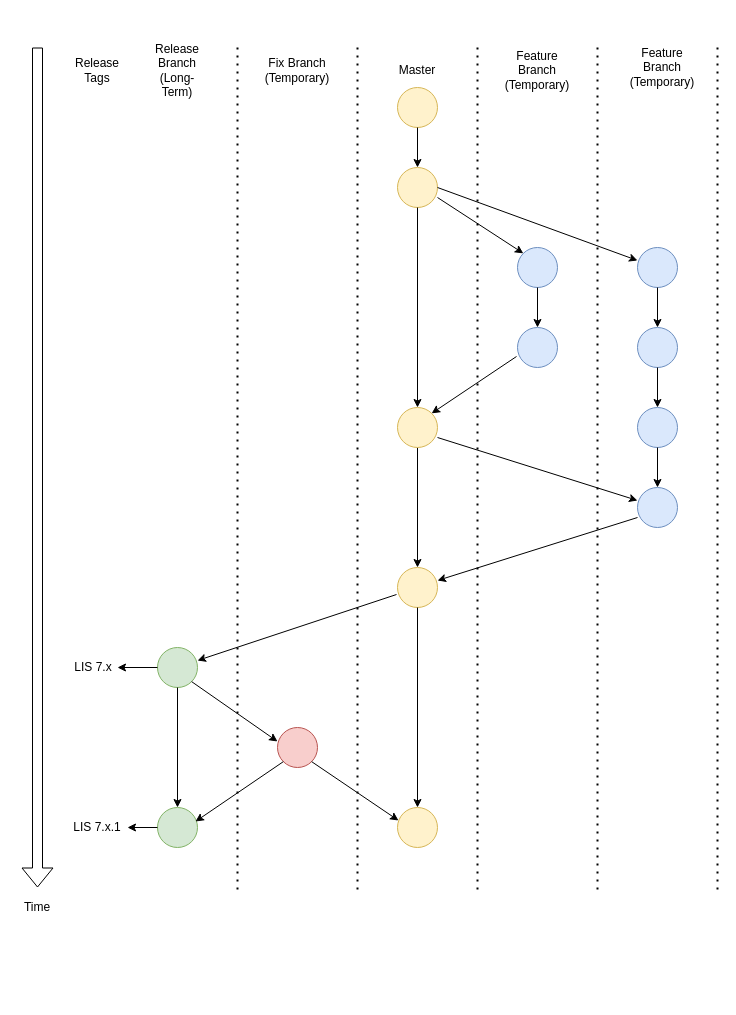
Earlier version of the draw.io diagram docs/working_with_github/LISFLOW.drawio (NASA-LIS/LISF). Source tidied: cells renumbered, new cells numbered last; positions are measured from the earlier drawing's top-left corner, leaving out a move shared by most shapes. Both pictures are drawn from the tidied source at 100%, with x=0, y=0 at pixel (17, 47).
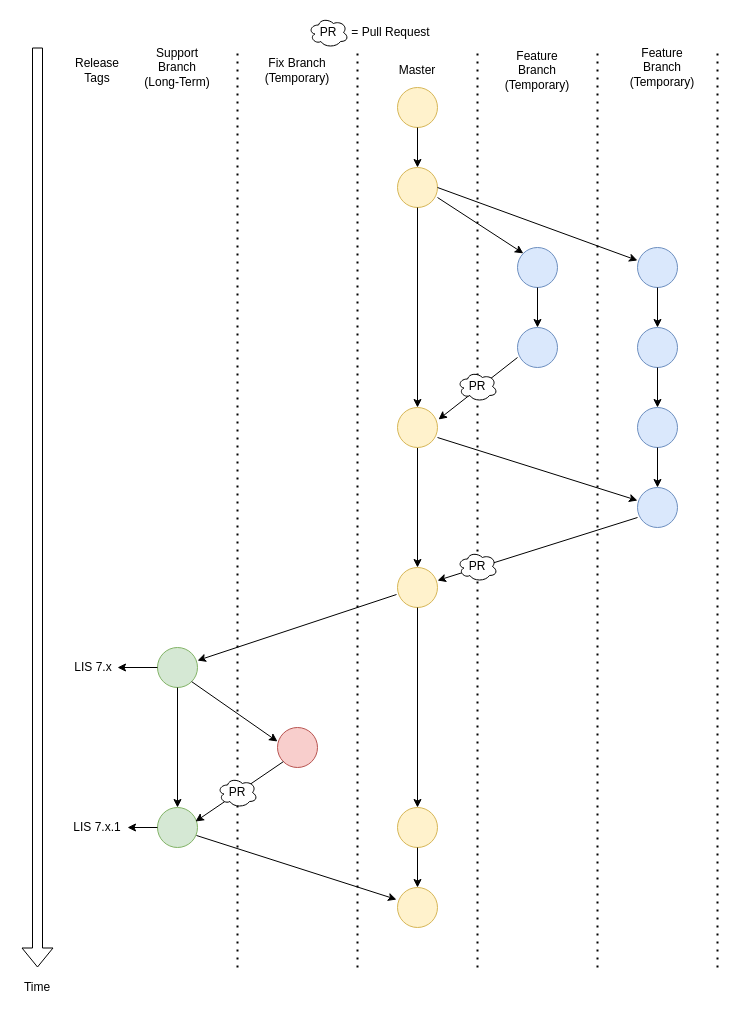
After the change.

Commit message (it also covers changes not shown here):
Tweaked diagram following suggestions from Brendan McAndrew.

Unchanged cells that the change refers to:
```xml
<mxCell id="6" style="ellipse;whiteSpace=wrap;html=1;fillColor=#dae8fc;strokeColor=#6c8ebf;" parent="1" vertex="1">
  <mxGeometry x="500" y="280" width="40" height="40" as="geometry" />
</mxCell>
<mxCell id="8" style="ellipse;whiteSpace=wrap;html=1;fillColor=#d5e8d4;strokeColor=#82b366;" parent="1" vertex="1">
  <mxGeometry x="140" y="760" width="40" height="40" as="geometry" />
</mxCell>
<mxCell id="15" style="ellipse;whiteSpace=wrap;html=1;fillColor=#f8cecc;strokeColor=#b85450;" parent="1" vertex="1">
  <mxGeometry x="260" y="680" width="40" height="40" as="geometry" />
</mxCell>
<mxCell id="17" style="ellipse;whiteSpace=wrap;html=1;fillColor=#fff2cc;strokeColor=#d6b656;" parent="1" vertex="1">
  <mxGeometry x="380" y="760" width="40" height="40" as="geometry" />
</mxCell>
<mxCell id="39" style="ellipse;whiteSpace=wrap;html=1;fillColor=#fff2cc;strokeColor=#d6b656;" parent="1" vertex="1">
  <mxGeometry x="380" y="360" width="40" height="40" as="geometry" />
</mxCell>
```

The edit, as a diff of the source:
```diff
@@
-    <mxCell id="18" style="endArrow=classic;html=1;exitX=1;exitY=1;exitDx=0;exitDy=0;entryX=0.025;entryY=0.325;entryDx=0;entryDy=0;entryPerimeter=0;" parent="1" edge="1" source="15" target="17">
-      <mxGeometry relative="1" as="geometry" />
-    </mxCell>
@@
-    <mxCell id="22" value="Release Branch (Long-Term)" style="text;html=1;strokeColor=none;fillColor=none;align=center;verticalAlign=middle;whiteSpace=wrap;rounded=0;" parent="1" vertex="1">
-      <mxGeometry x="135" y="13" width="50" height="20" as="geometry" />
+    <mxCell id="22" value="Support Branch (Long-Term)" style="text;html=1;strokeColor=none;fillColor=none;align=center;verticalAlign=middle;whiteSpace=wrap;rounded=0;" parent="1" vertex="1">
+      <mxGeometry x="125" y="10" width="70" height="20" as="geometry" />
     </mxCell>
@@
     <mxCell id="24" style="endArrow=none;dashed=1;html=1;dashPattern=1 3;strokeWidth=2;" parent="1" edge="1">
       <mxGeometry relative="1" as="geometry">
-        <mxPoint x="460" y="842" as="sourcePoint" />
+        <mxPoint x="460" y="920" as="sourcePoint" />
         <mxPoint x="460" as="targetPoint" />
       </mxGeometry>
     </mxCell>
     <mxCell id="25" style="endArrow=none;dashed=1;html=1;dashPattern=1 3;strokeWidth=2;" parent="1" edge="1">
       <mxGeometry relative="1" as="geometry">
-        <mxPoint x="220" y="842" as="sourcePoint" />
+        <mxPoint x="220" y="920" as="sourcePoint" />
         <mxPoint x="220" as="targetPoint" />
       </mxGeometry>
     </mxCell>
     <mxCell id="26" style="endArrow=none;dashed=1;html=1;dashPattern=1 3;strokeWidth=2;" parent="1" edge="1">
       <mxGeometry relative="1" as="geometry">
-        <mxPoint x="340" y="842" as="sourcePoint" />
+        <mxPoint x="340" y="920" as="sourcePoint" />
         <mxPoint x="340" as="targetPoint" />
       </mxGeometry>
     </mxCell>
     <mxCell id="27" value="Time" style="text;html=1;strokeColor=none;fillColor=none;align=center;verticalAlign=middle;whiteSpace=wrap;rounded=0;" parent="1" vertex="1">
-      <mxGeometry y="850" width="40" height="20" as="geometry" />
+      <mxGeometry y="930" width="40" height="20" as="geometry" />
     </mxCell>
     <mxCell id="28" style="shape=flexArrow;endArrow=classic;html=1;" parent="1" edge="1">
       <mxGeometry relative="1" as="geometry">
         <mxPoint x="20" as="sourcePoint" />
-        <mxPoint x="20" y="840" as="targetPoint" />
+        <mxPoint x="20" y="920" as="targetPoint" />
       </mxGeometry>
     </mxCell>
@@
     <mxCell id="30" style="endArrow=none;dashed=1;html=1;dashPattern=1 3;strokeWidth=2;" parent="1" edge="1">
       <mxGeometry relative="1" as="geometry">
-        <mxPoint x="580" y="842" as="sourcePoint" />
+        <mxPoint x="580" y="920" as="sourcePoint" />
         <mxPoint x="580" as="targetPoint" />
       </mxGeometry>
     </mxCell>
@@
     <mxCell id="33" style="endArrow=none;dashed=1;html=1;dashPattern=1 3;strokeWidth=2;" parent="1" edge="1">
       <mxGeometry relative="1" as="geometry">
-        <mxPoint x="700" y="842" as="sourcePoint" />
+        <mxPoint x="700" y="920" as="sourcePoint" />
         <mxPoint x="700" as="targetPoint" />
       </mxGeometry>
     </mxCell>
@@
-    <mxCell id="40" style="endArrow=classic;html=1;exitX=-0.025;exitY=0.725;exitDx=0;exitDy=0;exitPerimeter=0;entryX=1;entryY=0;entryDx=0;entryDy=0;" parent="1" edge="1" source="6" target="39">
-      <mxGeometry relative="1" as="geometry" />
-    </mxCell>
@@
+    <mxCell id="51" style="endArrow=classic;html=1;entryX=1.025;entryY=0.3;entryDx=0;entryDy=0;entryPerimeter=0;" parent="1" edge="1" target="39">
+      <mxGeometry relative="1" as="geometry">
+        <mxPoint x="500" y="310" as="sourcePoint" />
+      </mxGeometry>
+    </mxCell>
+    <mxCell id="52" style="group;" parent="1" vertex="1">
+      <mxGeometry x="200" y="730" width="40" height="30" as="geometry" />
+    </mxCell>
+    <mxCell id="53" style="ellipse;shape=cloud;whiteSpace=wrap;html=1;shadow=0;" parent="52" vertex="1">
+      <mxGeometry width="40" height="30" as="geometry" />
+    </mxCell>
+    <mxCell id="54" value="PR" style="text;html=1;strokeColor=none;fillColor=none;align=center;verticalAlign=middle;whiteSpace=wrap;rounded=0;shadow=0;" parent="52" vertex="1">
+      <mxGeometry y="5" width="40" height="20" as="geometry" />
+    </mxCell>
+    <mxCell id="55" style="group;" parent="1" vertex="1">
+      <mxGeometry x="440" y="324" width="40" height="30" as="geometry" />
+    </mxCell>
+    <mxCell id="56" style="ellipse;shape=cloud;whiteSpace=wrap;html=1;shadow=0;" parent="55" vertex="1">
+      <mxGeometry width="40" height="30" as="geometry" />
+    </mxCell>
+    <mxCell id="57" value="PR" style="text;html=1;strokeColor=none;fillColor=none;align=center;verticalAlign=middle;whiteSpace=wrap;rounded=0;shadow=0;" parent="55" vertex="1">
+      <mxGeometry y="5" width="40" height="20" as="geometry" />
+    </mxCell>
+    <mxCell id="58" style="group;" parent="1" vertex="1">
+      <mxGeometry x="440" y="504" width="40" height="30" as="geometry" />
+    </mxCell>
+    <mxCell id="59" style="ellipse;shape=cloud;whiteSpace=wrap;html=1;shadow=0;" parent="58" vertex="1">
+      <mxGeometry width="40" height="30" as="geometry" />
+    </mxCell>
+    <mxCell id="60" value="PR" style="text;html=1;strokeColor=none;fillColor=none;align=center;verticalAlign=middle;whiteSpace=wrap;rounded=0;shadow=0;" parent="58" vertex="1">
+      <mxGeometry y="5" width="40" height="20" as="geometry" />
+    </mxCell>
+    <mxCell id="61" style="ellipse;whiteSpace=wrap;html=1;fillColor=#fff2cc;strokeColor=#d6b656;" parent="1" vertex="1">
+      <mxGeometry x="380" y="840" width="40" height="40" as="geometry" />
+    </mxCell>
+    <mxCell id="62" style="endArrow=classic;html=1;exitX=0.975;exitY=0.7;exitDx=0;exitDy=0;entryX=-0.025;entryY=0.3;entryDx=0;entryDy=0;entryPerimeter=0;exitPerimeter=0;" parent="1" edge="1" source="8" target="61">
+      <mxGeometry relative="1" as="geometry" />
+    </mxCell>
+    <mxCell id="63" style="endArrow=classic;html=1;entryX=0.5;entryY=0;entryDx=0;entryDy=0;" parent="1" edge="1" target="61">
+      <mxGeometry relative="1" as="geometry">
+        <mxPoint x="400" y="800" as="sourcePoint" />
+      </mxGeometry>
+    </mxCell>
+    <mxCell id="64" style="group;" parent="1" vertex="1">
+      <mxGeometry x="291" y="-30" width="40" height="30" as="geometry" />
+    </mxCell>
+    <mxCell id="65" style="ellipse;shape=cloud;whiteSpace=wrap;html=1;shadow=0;" parent="64" vertex="1">
+      <mxGeometry width="40" height="30" as="geometry" />
+    </mxCell>
+    <mxCell id="66" value="PR" style="text;html=1;strokeColor=none;fillColor=none;align=center;verticalAlign=middle;whiteSpace=wrap;rounded=0;shadow=0;" parent="64" vertex="1">
+      <mxGeometry y="5" width="40" height="20" as="geometry" />
+    </mxCell>
+    <mxCell id="67" value="= Pull Request" style="text;html=1;strokeColor=none;fillColor=none;align=center;verticalAlign=middle;whiteSpace=wrap;rounded=0;shadow=0;" parent="1" vertex="1">
+      <mxGeometry x="326" y="-25" width="95" height="20" as="geometry" />
+    </mxCell>
```
